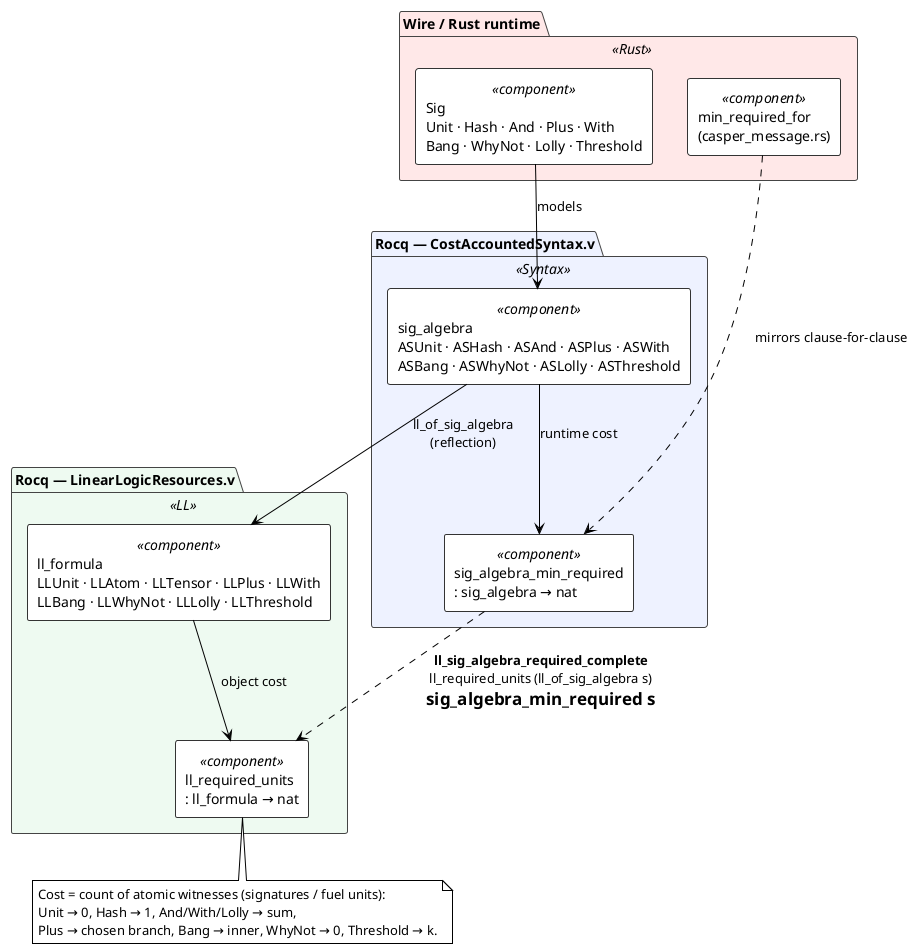
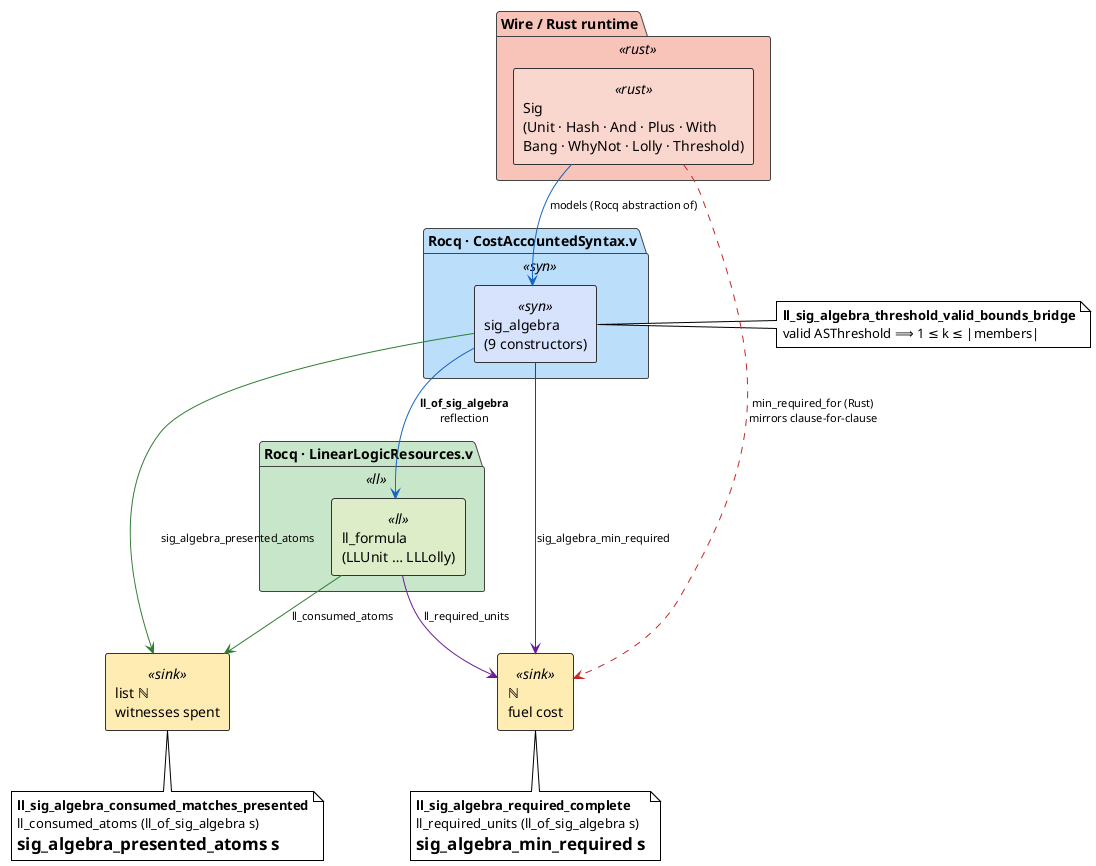
- ' Reflection & Cost Pipeline — how the runtime signature algebra reflects
- ' into an intuitionistic-linear-logic formula, and how both projections
- ' compute the SAME fuel cost. The commuting square is closed by the Rocq
- ' theorem ll_sig_algebra_required_complete.
+ ' Reflection & Cost Pipeline — the runtime signature algebra reflects into an
+ ' intuitionistic-linear-logic formula, and BOTH projections (cost and
+ ' consumed-atoms) commute: the two paths to ℕ and to (list ℕ) agree, closed by
+ ' the Rocq bridge theorems. All three §5.6 bridges are shown.
'
' Source of truth for Figure 1 in docs/theory/cost-accounting-linear-logic.md.
- ' Render:
- '   plantuml -tsvg docs/theory/diagrams/ll-reflection-pipeline.puml
+ ' Palette:  Rust=salmon · Rocq-syntax=blue · Rocq-LL=mint · sinks(ℕ / list ℕ)=amber
+ '   arrows: reflection/models=blue #1565C0 · cost=purple #6A1B9A
+ '           consumed=green #2E7D32 · Rust-mirror=red-dashed #C62828
+ ' Render:  plantuml -tsvg docs/theory/diagrams/ll-reflection-pipeline.puml

@startuml ll-reflection-pipeline
!theme plain
- 
skinparam componentStyle rectangle
+ skinparam shadowing false
+ skinparam ArrowFontSize 11
skinparam package {
-   BackgroundColor<<Rust>>   #FFE8E8
-   BackgroundColor<<Syntax>> #EEF2FF
-   BackgroundColor<<LL>>     #EEFAF1
+   BackgroundColor<<rust>> #F8C3B8
+   BackgroundColor<<syn>>  #BBDEFB
+   BackgroundColor<<ll>>   #C8E6C9
  BorderColor #444444
}
skinparam component {
-   BackgroundColor #FFFFFF
-   BorderColor     #333333
+   BackgroundColor<<rust>> #FAD7CE
+   BackgroundColor<<syn>>  #D7E3FC
+   BackgroundColor<<ll>>   #DCEDC8
+   BackgroundColor<<sink>> #FFECB3
+   BorderColor #333333
}

- package "Wire / Rust runtime" <<Rust>> {
-   component "Sig\nUnit · Hash · And · Plus · With\nBang · WhyNot · Lolly · Threshold" <<component>> as SIG
-   component "min_required_for\n(casper_message.rs)" <<component>> as MRF
+ package "Wire / Rust runtime" <<rust>> {
+   component "Sig\n(Unit · Hash · And · Plus · With\nBang · WhyNot · Lolly · Threshold)" <<rust>> as SIG
}
+ package "Rocq · CostAccountedSyntax.v" <<syn>> {
+   component "sig_algebra\n(9 constructors)" <<syn>> as SA
+ }
+ package "Rocq · LinearLogicResources.v" <<ll>> {
+   component "ll_formula\n(LLUnit … LLLolly)" <<ll>> as LLF
+ }
+ component "ℕ\nfuel cost" <<sink>> as COST
+ component "list ℕ\nwitnesses spent" <<sink>> as SPENT

- package "Rocq — CostAccountedSyntax.v" <<Syntax>> {
-   component "sig_algebra\nASUnit · ASHash · ASAnd · ASPlus · ASWith\nASBang · ASWhyNot · ASLolly · ASThreshold" <<component>> as SA
-   component "sig_algebra_min_required\n: sig_algebra → nat" <<component>> as SAMR
- }
+ SIG -[#1565C0]-> SA   : models (Rocq abstraction of)
+ SIG .[#C62828].> COST : min_required_for (Rust)\nmirrors clause-for-clause
+ SA  -[#1565C0]-> LLF  : <b>ll_of_sig_algebra</b>\nreflection
+ SA  -[#6A1B9A]-> COST  : sig_algebra_min_required
+ LLF -[#6A1B9A]-> COST  : ll_required_units
+ SA  -[#2E7D32]-> SPENT : sig_algebra_presented_atoms
+ LLF -[#2E7D32]-> SPENT : ll_consumed_atoms

- package "Rocq — LinearLogicResources.v" <<LL>> {
-   component "ll_formula\nLLUnit · LLAtom · LLTensor · LLPlus · LLWith\nLLBang · LLWhyNot · LLLolly · LLThreshold" <<component>> as LLF
-   component "ll_required_units\n: ll_formula → nat" <<component>> as LLRU
- }
- 
- SIG --> SA   : models
- SA  --> LLF  : ll_of_sig_algebra\n(reflection)
- SA  --> SAMR : runtime cost
- LLF --> LLRU : object cost
- MRF ..> SAMR : mirrors clause-for-clause
- 
- SAMR ..> LLRU : <b>ll_sig_algebra_required_complete</b>\nll_required_units (ll_of_sig_algebra s)\n= sig_algebra_min_required s
- 
- note bottom of LLRU
-   Cost = count of atomic witnesses (signatures / fuel units):
-   Unit → 0, Hash → 1, And/With/Lolly → sum,
-   Plus → chosen branch, Bang → inner, WhyNot → 0, Threshold → k.
+ note bottom of COST
+   <b>ll_sig_algebra_required_complete</b>
+   ll_required_units (ll_of_sig_algebra s)
+   = sig_algebra_min_required s
+ end note
+ note bottom of SPENT
+   <b>ll_sig_algebra_consumed_matches_presented</b>
+   ll_consumed_atoms (ll_of_sig_algebra s)
+   = sig_algebra_presented_atoms s
+ end note
+ note right of SA
+   <b>ll_sig_algebra_threshold_valid_bounds_bridge</b>
+   valid ASThreshold ⟹ 1 ≤ k ≤ |members|
end note
@enduml
